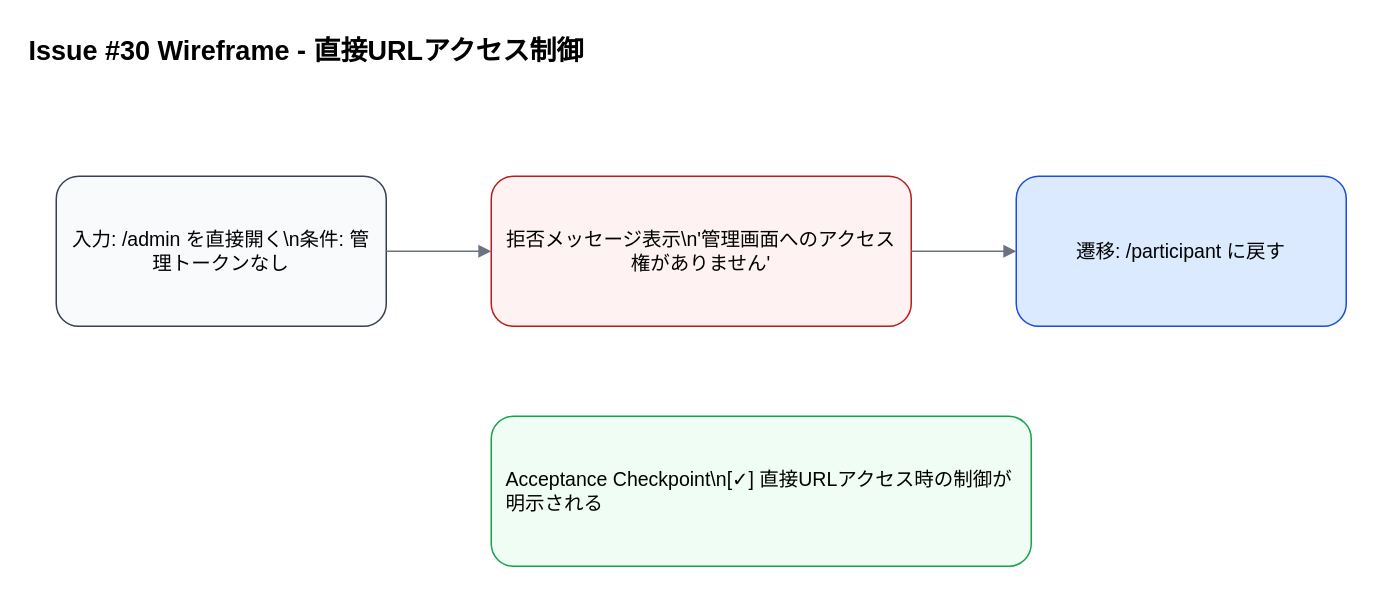
Before: page "03 Forbidden Direct Access" (3 of 3) of docs/ui-mock/issue-30-route-separation-wireframe.drawio in autotaker/simple-event-reservation-system, a draw.io diagram. Source tidied: cells renumbered, new cells numbered last; positions are measured from the earlier drawing's top-left corner, leaving out a move shared by most shapes. Both pictures are drawn from the tidied source at 150%, with x=0, y=0 at pixel (26, 26).
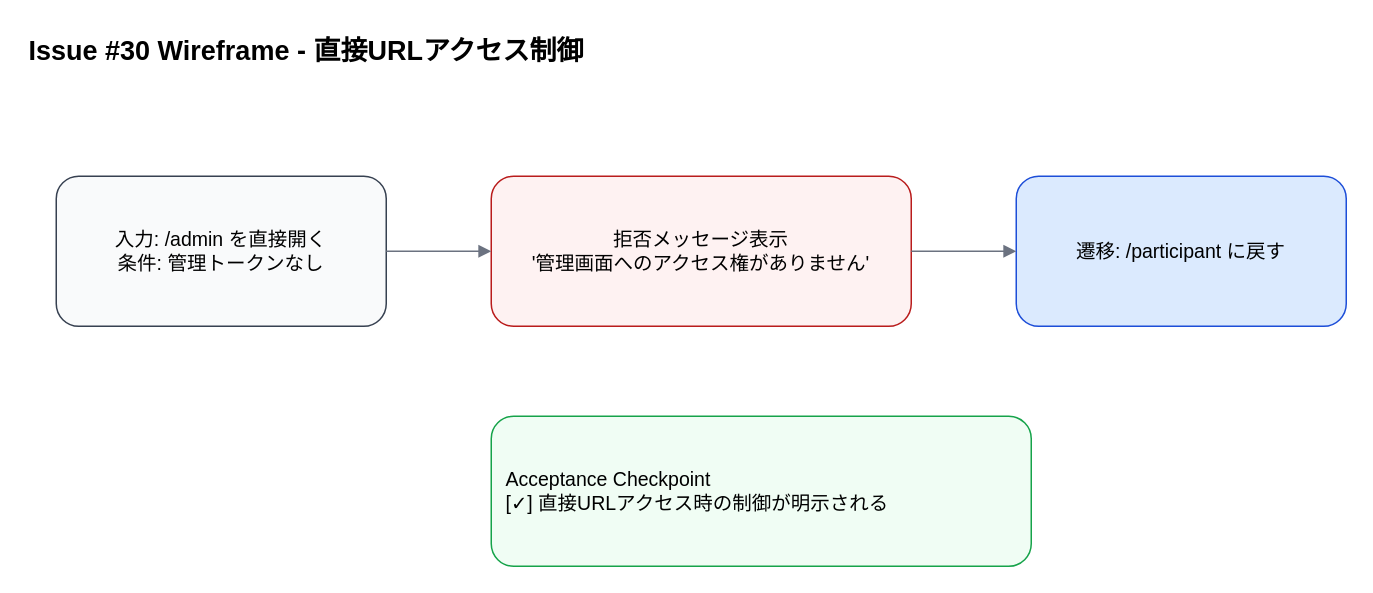
Above is the later version.

The edit, as a diff of the source:
```diff
@@
 <mxGraphModel>
   <root>
     <mxCell id="0" />
     <mxCell id="1" parent="0" />
     <mxCell id="2" value="Issue #30 Wireframe - 直接URLアクセス制御" style="text;html=1;strokeColor=none;fillColor=none;align=left;verticalAlign=top;fontSize=18;fontStyle=1;" parent="1" vertex="1">
       <mxGeometry width="620" height="30" as="geometry" />
     </mxCell>
-    <mxCell id="3" value="入力: /admin を直接開く\n条件: 管理トークンなし" style="rounded=1;whiteSpace=wrap;html=1;strokeColor=#374151;fillColor=#f9fafb;align=center;verticalAlign=middle;spacing=10;fontSize=13;" parent="1" vertex="1">
+    <mxCell id="3" value="入力: /admin を直接開く&#10;条件: 管理トークンなし" style="rounded=1;whiteSpace=wrap;html=1;strokeColor=#374151;fillColor=#f9fafb;align=center;verticalAlign=middle;spacing=10;fontSize=13;" parent="1" vertex="1">
       <mxGeometry x="20" y="100" width="220" height="100" as="geometry" />
     </mxCell>
-    <mxCell id="4" value="拒否メッセージ表示\n'管理画面へのアクセス権がありません'" style="rounded=1;whiteSpace=wrap;html=1;strokeColor=#b91c1c;fillColor=#fef2f2;align=center;verticalAlign=middle;spacing=10;fontSize=13;" parent="1" vertex="1">
+    <mxCell id="4" value="拒否メッセージ表示&#10;'管理画面へのアクセス権がありません'" style="rounded=1;whiteSpace=wrap;html=1;strokeColor=#b91c1c;fillColor=#fef2f2;align=center;verticalAlign=middle;spacing=10;fontSize=13;" parent="1" vertex="1">
       <mxGeometry x="310" y="100" width="280" height="100" as="geometry" />
     </mxCell>
     <mxCell id="5" value="遷移: /participant に戻す" style="rounded=1;whiteSpace=wrap;html=1;strokeColor=#1d4ed8;fillColor=#dbeafe;align=center;verticalAlign=middle;spacing=10;fontSize=13;" parent="1" vertex="1">
       <mxGeometry x="660" y="100" width="220" height="100" as="geometry" />
     </mxCell>
     <mxCell id="6" style="edgeStyle=orthogonalEdgeStyle;rounded=0;jettySize=auto;html=1;endArrow=block;endFill=1;strokeColor=#6b7280;" parent="1" edge="1" source="3" target="4">
       <mxGeometry relative="1" as="geometry" />
     </mxCell>
     <mxCell id="7" style="edgeStyle=orthogonalEdgeStyle;rounded=0;jettySize=auto;html=1;endArrow=block;endFill=1;strokeColor=#6b7280;" parent="1" edge="1" source="4" target="5">
       <mxGeometry relative="1" as="geometry" />
     </mxCell>
-    <mxCell id="8" value="Acceptance Checkpoint\n[✓] 直接URLアクセス時の制御が明示される" style="rounded=1;whiteSpace=wrap;html=1;strokeColor=#16a34a;fillColor=#f0fdf4;align=left;verticalAlign=middle;spacing=10;fontSize=13;" parent="1" vertex="1">
+    <mxCell id="8" value="Acceptance Checkpoint&#10;[✓] 直接URLアクセス時の制御が明示される" style="rounded=1;whiteSpace=wrap;html=1;strokeColor=#16a34a;fillColor=#f0fdf4;align=left;verticalAlign=middle;spacing=10;fontSize=13;" parent="1" vertex="1">
       <mxGeometry x="310" y="260" width="360" height="100" as="geometry" />
     </mxCell>
   </root>
 </mxGraphModel>
```
